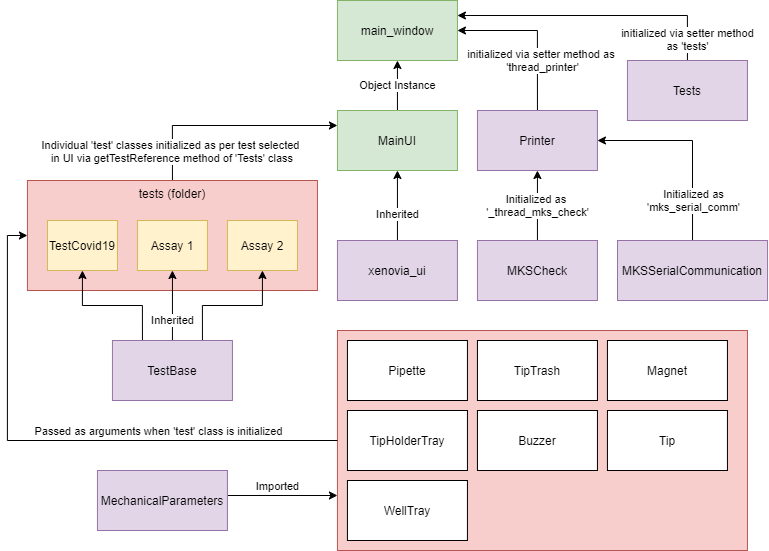
Earlier version of the draw.io export Doccumentation & Resources/Code Functional Block Diagram.png (FracktalWorks/Xenovia-RNA-Extraction-PCR-Machine). Source tidied: cells renumbered, new cells last; positions are measured from the earlier drawing's top-left corner, leaving out a move shared by most shapes.
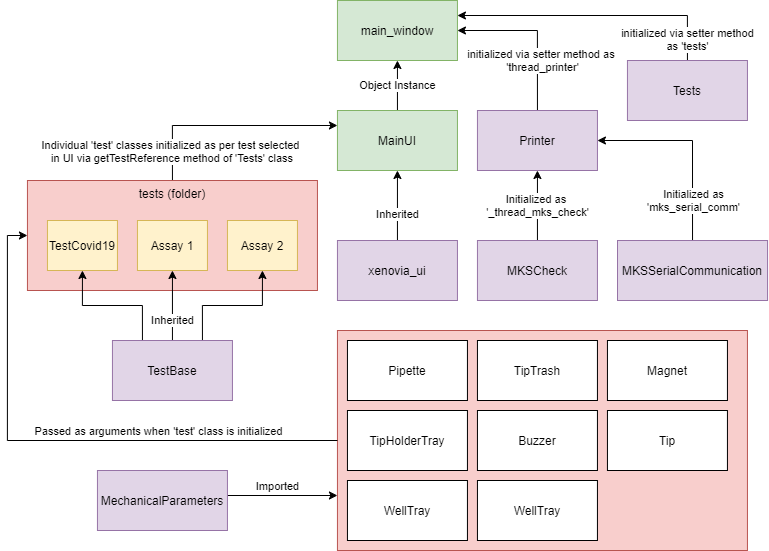
The same file after the commit.

The edit, as a diff of the source:
```diff
@@ -140,5 +140,8 @@
     <mxCell id="41" value="MKSSerialCommunication" style="rounded=0;whiteSpace=wrap;html=1;fillColor=#e1d5e7;strokeColor=#9673a6;" parent="1" vertex="1">
       <mxGeometry x="590" y="240" width="150.1" height="60" as="geometry" />
     </mxCell>
+    <mxCell id="42" value="WellTray" style="rounded=0;whiteSpace=wrap;html=1;" parent="1" vertex="1">
+      <mxGeometry x="449.9" y="480" width="120" height="60" as="geometry" />
+    </mxCell>
   </root>
 </mxGraphModel>
```
